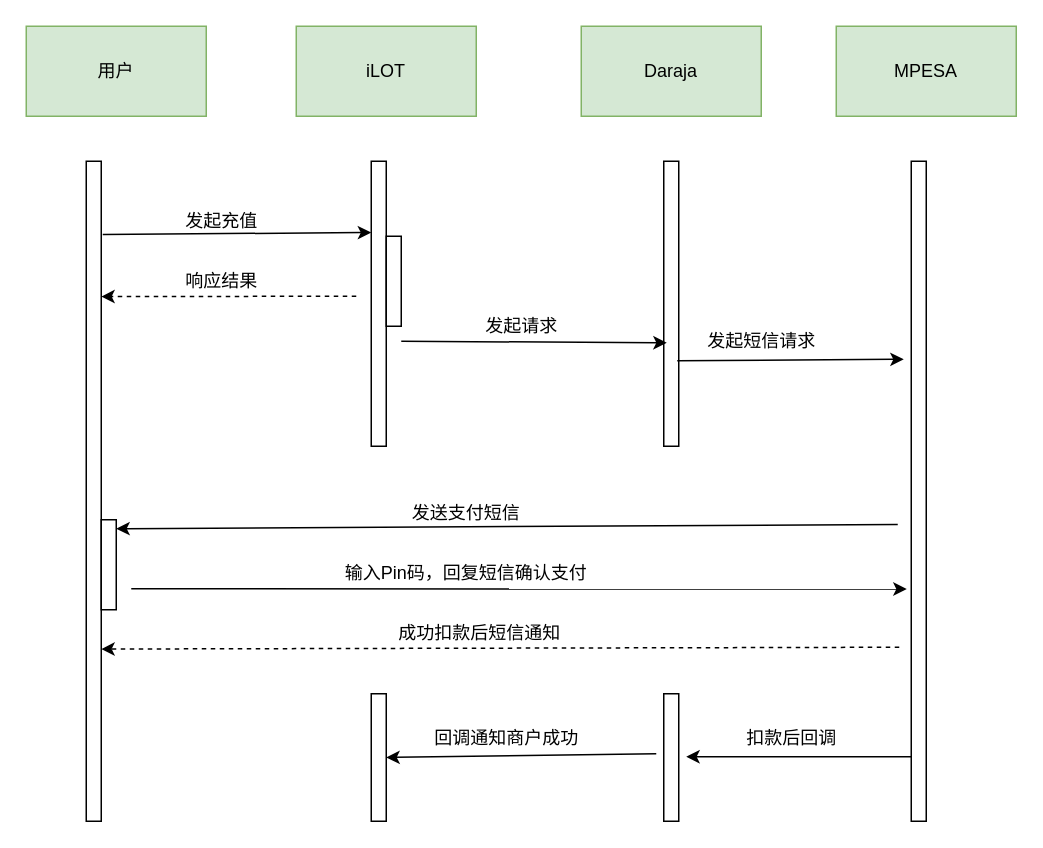
Earlier version of the draw.io diagram M-Pesa支付流程图.drawio (metre/images). Source tidied: cells renumbered, new cells numbered last; positions are measured from the earlier drawing's top-left corner, leaving out a move shared by most shapes. Both pictures are drawn from the tidied source at 150%, with x=0, y=0 at pixel (26, 26).
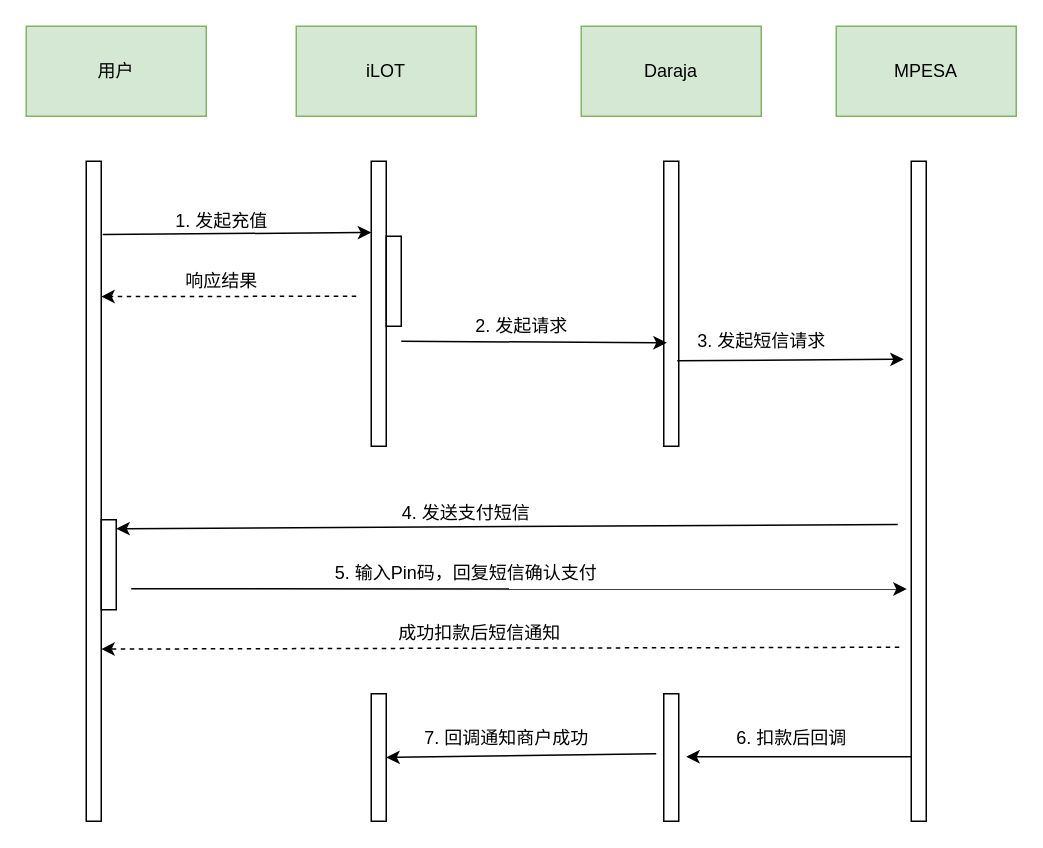
The same page after the edit.

Commit message (it also covers changes not shown here):
更新M-Pesa支付流程图.drawio

Diff of the diagram source:
```diff
@@
-    <mxCell id="11" value="发起充值" style="text;html=1;align=center;verticalAlign=middle;strokeColor=none;fillColor=none;" parent="1" vertex="1">
-      <mxGeometry x="95" y="115" width="70" height="30" as="geometry" />
+    <mxCell id="11" value="1. 发起充值" style="text;html=1;align=center;verticalAlign=middle;strokeColor=none;fillColor=none;" parent="1" vertex="1">
+      <mxGeometry x="90" y="115" width="80" height="30" as="geometry" />
     </mxCell>
@@
-    <mxCell id="15" value="发起请求" style="text;html=1;align=center;verticalAlign=middle;strokeColor=none;fillColor=none;" parent="1" vertex="1">
-      <mxGeometry x="295" y="185" width="70" height="30" as="geometry" />
+    <mxCell id="15" value="2. 发起请求" style="text;html=1;align=center;verticalAlign=middle;strokeColor=none;fillColor=none;" parent="1" vertex="1">
+      <mxGeometry x="290" y="185" width="80" height="30" as="geometry" />
     </mxCell>
@@
-    <mxCell id="19" value="发送支付短信" style="text;html=1;align=center;verticalAlign=middle;strokeColor=none;fillColor=none;" parent="1" vertex="1">
-      <mxGeometry x="243" y="310" width="100" height="30" as="geometry" />
+    <mxCell id="19" value="4. 发送支付短信" style="text;html=1;align=center;verticalAlign=middle;strokeColor=none;fillColor=none;" parent="1" vertex="1">
+      <mxGeometry x="238" y="310" width="110" height="30" as="geometry" />
     </mxCell>
@@
-    <mxCell id="22" value="输入Pin码，回复短信确认支付" style="text;html=1;align=center;verticalAlign=middle;strokeColor=none;fillColor=none;" parent="1" vertex="1">
-      <mxGeometry x="203" y="350" width="180" height="30" as="geometry" />
+    <mxCell id="22" value="5. 输入Pin码，回复短信确认支付" style="text;html=1;align=center;verticalAlign=middle;strokeColor=none;fillColor=none;" parent="1" vertex="1">
+      <mxGeometry x="193" y="350" width="200" height="30" as="geometry" />
     </mxCell>
@@
-    <mxCell id="25" value="扣款后回调" style="text;html=1;align=center;verticalAlign=middle;strokeColor=none;fillColor=none;" parent="1" vertex="1">
-      <mxGeometry x="470" y="460" width="80" height="30" as="geometry" />
+    <mxCell id="25" value="6. 扣款后回调" style="text;html=1;align=center;verticalAlign=middle;strokeColor=none;fillColor=none;" parent="1" vertex="1">
+      <mxGeometry x="460" y="460" width="100" height="30" as="geometry" />
     </mxCell>
@@
-    <mxCell id="28" value="回调通知商户成功" style="text;html=1;align=center;verticalAlign=middle;strokeColor=none;fillColor=none;" parent="1" vertex="1">
-      <mxGeometry x="260" y="460" width="120" height="30" as="geometry" />
+    <mxCell id="28" value="7. 回调通知商户成功" style="text;html=1;align=center;verticalAlign=middle;strokeColor=none;fillColor=none;" parent="1" vertex="1">
+      <mxGeometry x="255" y="460" width="130" height="30" as="geometry" />
     </mxCell>
-    <mxCell id="29" value="发起短信请求" style="text;html=1;align=center;verticalAlign=middle;strokeColor=none;fillColor=none;" parent="1" vertex="1">
-      <mxGeometry x="440" y="195" width="100" height="30" as="geometry" />
+    <mxCell id="29" value="3. 发起短信请求" style="text;html=1;align=center;verticalAlign=middle;strokeColor=none;fillColor=none;" parent="1" vertex="1">
+      <mxGeometry x="435" y="195" width="110" height="30" as="geometry" />
     </mxCell>
```
